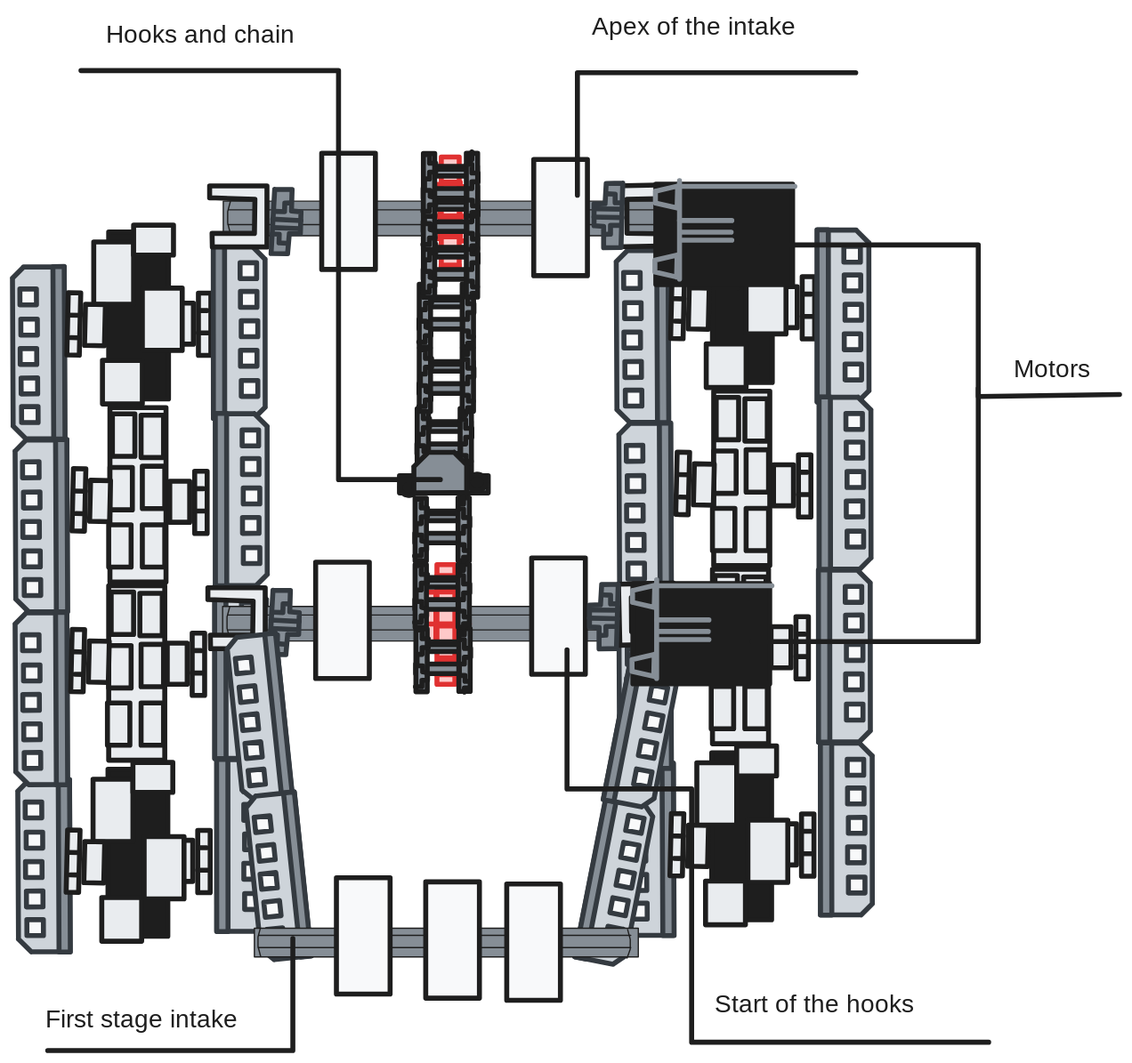
Area-53-Robotics/53D-High-Stakes-Notebook keeps this Excalidraw diagram as entries/intake-2/identify/intake-old-design.excalidraw.svg. Above is the earlier version. Source tidied: one line per element, renumbered; positions are measured from the earlier drawing's top-left corner, leaving out a move shared by most shapes.
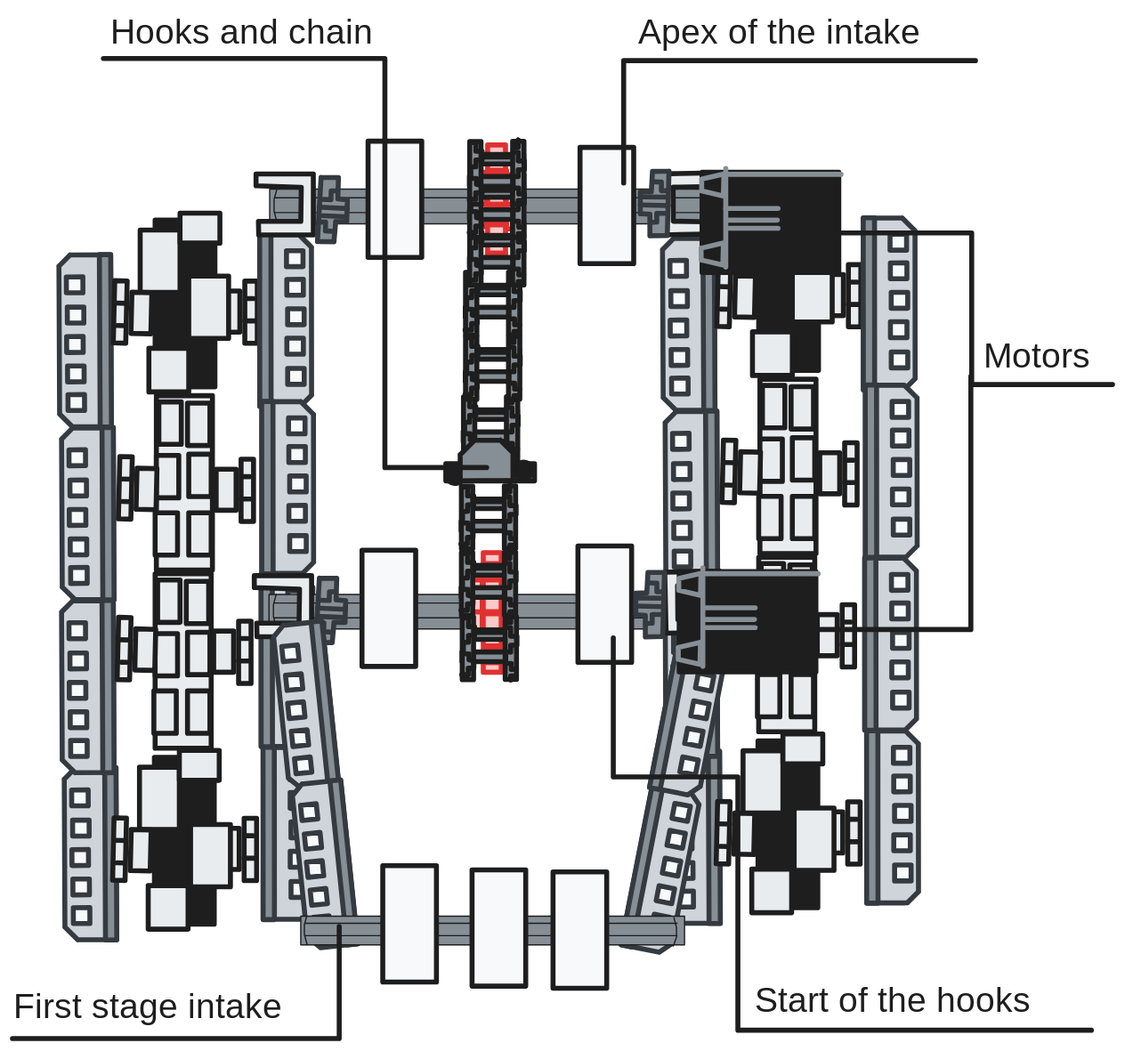
After the change.

The edit, as a diff of the source:
```diff
@@ -430,14 +430,14 @@
 {"id": 429, "type": "line", "strokeColor": "#868e96", "backgroundColor": "#343a40", "fillStyle": "solid", "strokeWidth": 4, "roughness": 0, "x": 583, "y": 140, "width": 93, "height": 0, "points": [[0, 0], [93, 0]]}
 {"id": 430, "type": "line", "strokeColor": "#868e96", "backgroundColor": "#1e1e1e", "fillStyle": "solid", "strokeWidth": 4, "roughness": 0, "x": 581, "y": 212, "width": 18, "height": 18, "points": [[0, 0], [-17, -4], [-17, -13], [0, -18], [0, 0]]}
 {"id": 431, "type": "line", "strokeColor": "#868e96", "backgroundColor": "#1e1e1e", "fillStyle": "solid", "strokeWidth": 4, "roughness": 0, "x": 581, "y": 157, "width": 18, "height": 18, "points": [[0, 0], [-17, -4], [-17, -13], [0, -18], [0, 0]]}
-{"id": 432, "type": "line", "strokeColor": "#1e1e1e", "backgroundColor": "#f8f9fa", "fillStyle": "solid", "strokeWidth": 4, "roughness": 0, "x": 501, "y": 147, "width": 223, "height": 98, "points": [[0, 0], [0, -98], [223, -98]]}
+{"id": 432, "type": "line", "strokeColor": "#1e1e1e", "backgroundColor": "#f8f9fa", "fillStyle": "solid", "strokeWidth": 4, "roughness": 0, "x": 501, "y": 147, "width": 282, "height": 98, "points": [[0, 0], [0, -98], [282, -98]]}
-{"id": 433, "type": "text", "text": "Apex of the intake", "strokeColor": "#1e1e1e", "backgroundColor": "#f8f9fa", "fillStyle": "solid", "strokeWidth": 4, "roughness": 0, "fontSize": 20, "fontFamily": 1, "x": 513, "y": 0, "width": 187, "height": 25}
+{"id": 433, "type": "text", "text": "Apex of the intake", "strokeColor": "#1e1e1e", "backgroundColor": "#f8f9fa", "fillStyle": "solid", "strokeWidth": 4, "roughness": 0, "fontSize": 28, "fontFamily": 1, "x": 513, "y": 10, "width": 262, "height": 35}
-{"id": 434, "type": "line", "strokeColor": "#1e1e1e", "backgroundColor": "#f8f9fa", "fillStyle": "solid", "strokeWidth": 4, "roughness": 0, "x": 650, "y": 187, "width": 287, "height": 122, "points": [[0, 0], [173, 0], [173, 122], [287, 120]]}
+{"id": 434, "type": "line", "strokeColor": "#1e1e1e", "backgroundColor": "#f8f9fa", "fillStyle": "solid", "strokeWidth": 4, "roughness": 0, "x": 650, "y": 187, "width": 244, "height": 122, "points": [[0, 0], [131, 0], [131, 122], [244, 122]]}
-{"id": 435, "type": "line", "strokeColor": "#1e1e1e", "backgroundColor": "#f8f9fa", "fillStyle": "solid", "strokeWidth": 4, "roughness": 0, "x": 641, "y": 505, "width": 182, "height": 203, "points": [[0, 0], [182, 0], [182, -203]]}
+{"id": 435, "type": "line", "strokeColor": "#1e1e1e", "backgroundColor": "#f8f9fa", "fillStyle": "solid", "strokeWidth": 4, "roughness": 0, "x": 641, "y": 505, "width": 139, "height": 203, "points": [[0, 0], [139, 0], [139, -203]]}
-{"id": 436, "type": "text", "text": "Motors", "strokeColor": "#1e1e1e", "backgroundColor": "#f8f9fa", "fillStyle": "solid", "strokeWidth": 4, "roughness": 0, "fontSize": 20, "fontFamily": 1, "x": 851, "y": 275, "width": 68, "height": 25}
+{"id": 436, "type": "text", "text": "Motors", "strokeColor": "#1e1e1e", "backgroundColor": "#f8f9fa", "fillStyle": "solid", "strokeWidth": 4, "roughness": 0, "fontSize": 28, "fontFamily": 1, "x": 790, "y": 270, "width": 96, "height": 35}
-{"id": 437, "type": "line", "strokeColor": "#1e1e1e", "backgroundColor": "#f8f9fa", "fillStyle": "solid", "strokeWidth": 4, "roughness": 0, "x": 273, "y": 743, "width": 197, "height": 90, "points": [[0, 0], [0, 90], [-197, 90]]}
+{"id": 437, "type": "line", "strokeColor": "#1e1e1e", "backgroundColor": "#f8f9fa", "fillStyle": "solid", "strokeWidth": 4, "roughness": 0, "x": 273, "y": 743, "width": 262, "height": 90, "points": [[0, 0], [0, 90], [-262, 90]]}
-{"id": 438, "type": "text", "text": "First stage intake", "strokeColor": "#1e1e1e", "backgroundColor": "#f8f9fa", "fillStyle": "solid", "strokeWidth": 4, "roughness": 0, "fontSize": 20, "fontFamily": 1, "x": 75, "y": 797, "width": 182, "height": 25}
+{"id": 438, "type": "text", "text": "First stage intake", "strokeColor": "#1e1e1e", "backgroundColor": "#f8f9fa", "fillStyle": "solid", "strokeWidth": 4, "roughness": 0, "fontSize": 28, "fontFamily": 1, "x": 12, "y": 792, "width": 255, "height": 35}
-{"id": 439, "type": "line", "strokeColor": "#1e1e1e", "backgroundColor": "#f8f9fa", "fillStyle": "solid", "strokeWidth": 4, "roughness": 0, "x": 493, "y": 512, "width": 338, "height": 315, "points": [[0, 0], [0, 112], [100, 112], [100, 315], [338, 315]]}
+{"id": 439, "type": "line", "strokeColor": "#1e1e1e", "backgroundColor": "#f8f9fa", "fillStyle": "solid", "strokeWidth": 4, "roughness": 0, "x": 493, "y": 512, "width": 384, "height": 315, "points": [[0, 0], [0, 112], [100, 112], [100, 315], [384, 315]]}
-{"id": 440, "type": "text", "text": "Start of the hooks", "strokeColor": "#1e1e1e", "backgroundColor": "#f8f9fa", "fillStyle": "solid", "strokeWidth": 4, "roughness": 0, "fontSize": 20, "fontFamily": 1, "x": 611, "y": 785, "width": 192, "height": 25}
+{"id": 440, "type": "text", "text": "Start of the hooks", "strokeColor": "#1e1e1e", "backgroundColor": "#f8f9fa", "fillStyle": "solid", "strokeWidth": 4, "roughness": 0, "fontSize": 28, "fontFamily": 1, "x": 606, "y": 787, "width": 269, "height": 35}
-{"id": 441, "type": "line", "strokeColor": "#1e1e1e", "backgroundColor": "#f8f9fa", "fillStyle": "solid", "strokeWidth": 4, "roughness": 0, "x": 391, "y": 375, "width": 288, "height": 328, "points": [[0, 0], [-82, 0], [-82, -328], [-288, -328]]}
+{"id": 441, "type": "line", "strokeColor": "#1e1e1e", "backgroundColor": "#f8f9fa", "fillStyle": "solid", "strokeWidth": 4, "roughness": 0, "x": 391, "y": 375, "width": 308, "height": 328, "points": [[0, 0], [-82, 0], [-82, -328], [-308, -328]]}
-{"id": 442, "type": "text", "text": "Hooks and chain", "strokeColor": "#1e1e1e", "backgroundColor": "#f8f9fa", "fillStyle": "solid", "strokeWidth": 4, "roughness": 0, "fontSize": 20, "fontFamily": 1, "x": 123, "y": 7, "width": 155, "height": 25}
+{"id": 442, "type": "text", "text": "Hooks and chain", "strokeColor": "#1e1e1e", "backgroundColor": "#f8f9fa", "fillStyle": "solid", "strokeWidth": 4, "roughness": 0, "fontSize": 28, "fontFamily": 1, "x": 89, "y": 10, "width": 217, "height": 35}
```
